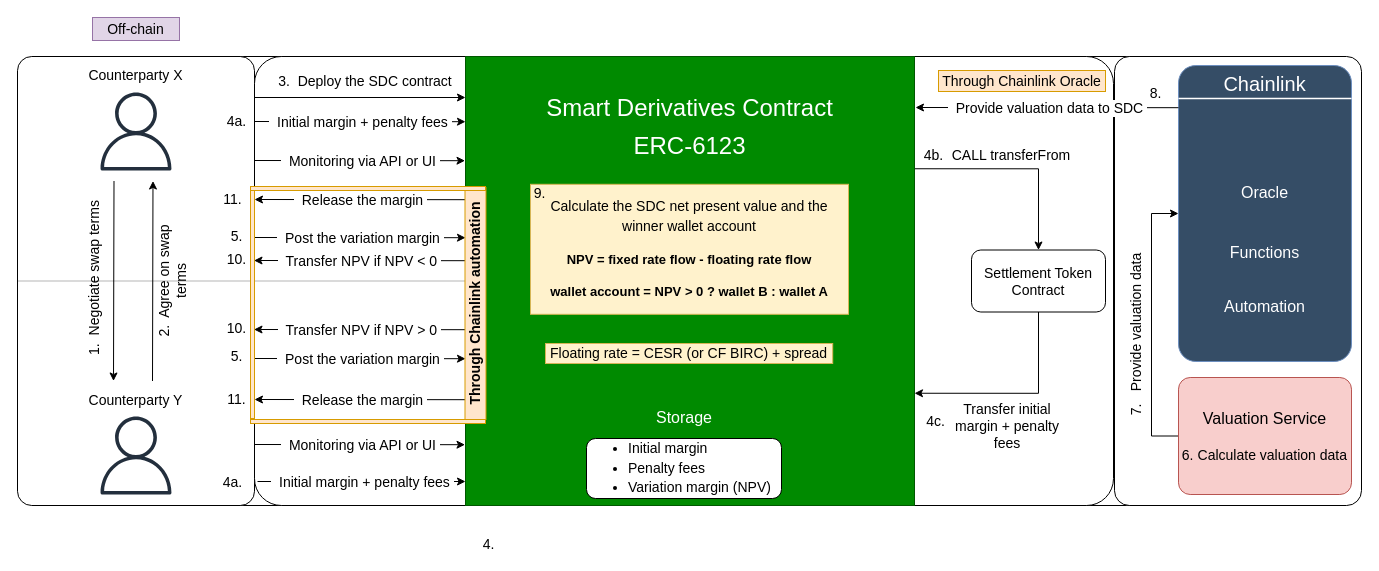
Before: page "PoC" (4 of 4) of qualitaX.drawio in Edoumou/drawings, a draw.io diagram. Source tidied: cells renumbered, new cells numbered last; positions are measured from the earlier drawing's top-left corner, leaving out a move shared by most shapes. Both pictures are drawn from the tidied source at 100%, with x=0, y=0 at pixel (13, 17).
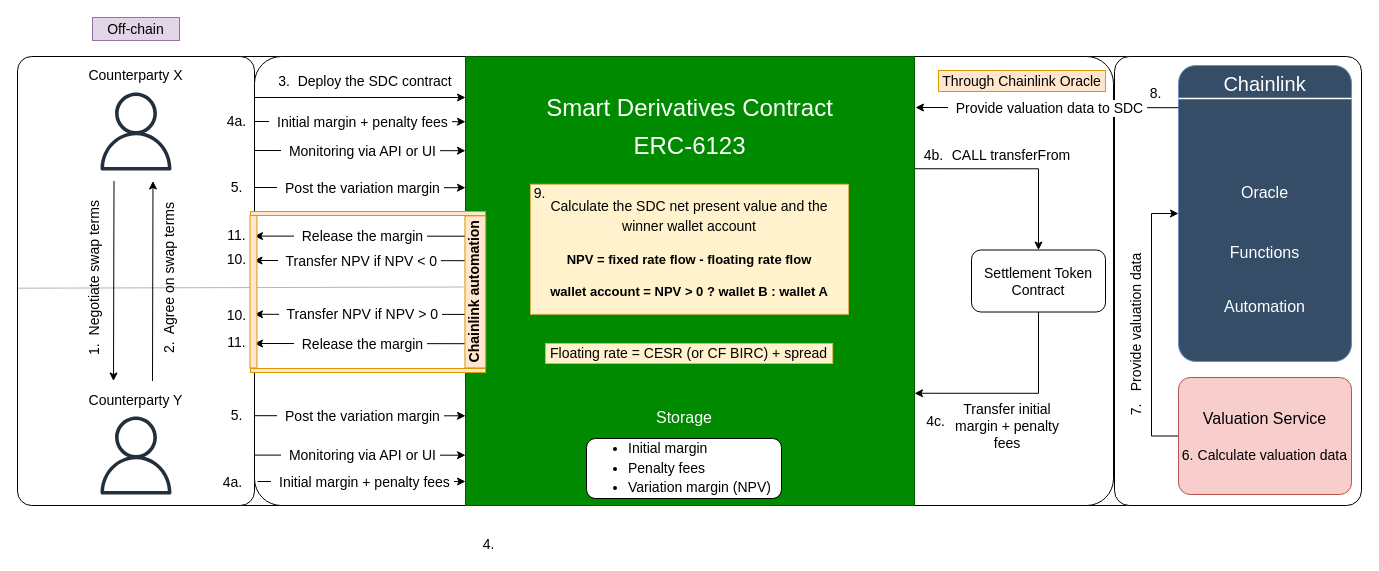
After the change.

Unchanged cells that the change refers to:
```xml
<mxCell id="3" style="rounded=1;whiteSpace=wrap;html=1;arcSize=6;" parent="1" vertex="1">
  <mxGeometry x="4" y="39" width="237" height="449" as="geometry" />
</mxCell>
<mxCell id="11" value="&lt;p style=&quot;line-height: 130%;&quot;&gt;&lt;font style=&quot;font-size: 24px;&quot;&gt;Smart Derivatives Contract&lt;/font&gt;&lt;/p&gt;&lt;div&gt;&lt;font style=&quot;font-size: 24px;&quot;&gt;ERC-6123&lt;/font&gt;&lt;/div&gt;&lt;div&gt;&lt;font style=&quot;font-size: 24px;&quot;&gt;&lt;br&gt;&lt;/font&gt;&lt;/div&gt;&lt;div&gt;&lt;font style=&quot;font-size: 24px;&quot;&gt;&lt;br&gt;&lt;/font&gt;&lt;/div&gt;&lt;div&gt;&lt;br&gt;&lt;/div&gt;&lt;div&gt;&lt;font style=&quot;font-size: 24px;&quot;&gt;&lt;br&gt;&lt;/font&gt;&lt;/div&gt;&lt;div&gt;&lt;font style=&quot;font-size: 24px;&quot;&gt;&lt;br&gt;&lt;/font&gt;&lt;/div&gt;&lt;div&gt;&lt;font style=&quot;font-size: 24px;&quot;&gt;&lt;br&gt;&lt;/font&gt;&lt;/div&gt;&lt;div&gt;&lt;font style=&quot;font-size: 24px;&quot;&gt;&lt;br&gt;&lt;/font&gt;&lt;/div&gt;&lt;div&gt;&lt;font style=&quot;font-size: 24px;&quot;&gt;&lt;br&gt;&lt;/font&gt;&lt;/div&gt;&lt;div&gt;&lt;font style=&quot;font-size: 24px;&quot;&gt;&lt;br&gt;&lt;/font&gt;&lt;/div&gt;&lt;div&gt;&lt;font style=&quot;font-size: 24px;&quot;&gt;&lt;br&gt;&lt;/font&gt;&lt;/div&gt;&lt;div&gt;&lt;font style=&quot;font-size: 24px;&quot;&gt;&lt;br&gt;&lt;/font&gt;&lt;/div&gt;&lt;p&gt;&lt;/p&gt;" style="whiteSpace=wrap;html=1;fillColor=#008a00;strokeColor=#005700;fontColor=#ffffff;" parent="1" vertex="1">
  <mxGeometry x="452" y="39" width="449" height="449" as="geometry" />
</mxCell>
```

Change to the diagram source:
```diff
@@
-    <mxCell id="29" style="endArrow=none;html=1;rounded=0;exitX=0;exitY=0.5;exitDx=0;exitDy=0;strokeWidth=0.3;" parent="1" edge="1" source="3" target="11">
-      <mxGeometry relative="1" as="geometry" />
-    </mxCell>
@@
     <mxCell id="31" style="endArrow=classic;html=1;rounded=0;entryX=-0.011;entryY=0.232;entryDx=0;entryDy=0;entryPerimeter=0;" parent="1" edge="1">
       <mxGeometry relative="1" as="geometry">
-        <mxPoint x="241" y="220" as="sourcePoint" />
-        <mxPoint x="452" y="220.2" as="targetPoint" />
+        <mxPoint x="241" y="170" as="sourcePoint" />
+        <mxPoint x="452" y="170.2" as="targetPoint" />
       </mxGeometry>
     </mxCell>
@@
     <mxCell id="33" style="endArrow=classic;html=1;rounded=0;entryX=-0.011;entryY=0.232;entryDx=0;entryDy=0;entryPerimeter=0;" parent="1" edge="1">
       <mxGeometry relative="1" as="geometry">
-        <mxPoint x="241" y="341" as="sourcePoint" />
-        <mxPoint x="452" y="341.2" as="targetPoint" />
+        <mxPoint x="241" y="398.2" as="sourcePoint" />
+        <mxPoint x="452" y="398.3" as="targetPoint" />
       </mxGeometry>
     </mxCell>
@@
     <mxCell id="37" style="endArrow=classic;html=1;rounded=0;entryX=-0.011;entryY=0.232;entryDx=0;entryDy=0;entryPerimeter=0;" parent="1" edge="1">
       <mxGeometry relative="1" as="geometry">
-        <mxPoint x="451.5" y="312.2" as="sourcePoint" />
-        <mxPoint x="240.5" y="312" as="targetPoint" />
+        <mxPoint x="452" y="296.9" as="sourcePoint" />
+        <mxPoint x="241" y="296.8" as="targetPoint" />
       </mxGeometry>
     </mxCell>
@@
     <mxCell id="43" style="endArrow=classic;html=1;rounded=0;entryX=-0.011;entryY=0.232;entryDx=0;entryDy=0;entryPerimeter=0;" parent="1" edge="1">
       <mxGeometry relative="1" as="geometry">
-        <mxPoint x="240.5" y="143" as="sourcePoint" />
-        <mxPoint x="451.5" y="143.2" as="targetPoint" />
+        <mxPoint x="241" y="133" as="sourcePoint" />
+        <mxPoint x="452" y="133.2" as="targetPoint" />
       </mxGeometry>
     </mxCell>
@@
     <mxCell id="45" style="endArrow=classic;html=1;rounded=0;entryX=-0.011;entryY=0.232;entryDx=0;entryDy=0;entryPerimeter=0;" parent="1" edge="1">
       <mxGeometry relative="1" as="geometry">
-        <mxPoint x="452" y="382.2" as="sourcePoint" />
-        <mxPoint x="241" y="382" as="targetPoint" />
+        <mxPoint x="452" y="326.2" as="sourcePoint" />
+        <mxPoint x="241" y="326" as="targetPoint" />
       </mxGeometry>
     </mxCell>
@@
     <mxCell id="47" style="endArrow=classic;html=1;rounded=0;entryX=-0.011;entryY=0.232;entryDx=0;entryDy=0;entryPerimeter=0;" parent="1" edge="1">
       <mxGeometry relative="1" as="geometry">
-        <mxPoint x="452" y="182.2" as="sourcePoint" />
-        <mxPoint x="241" y="182" as="targetPoint" />
+        <mxPoint x="452" y="218.7" as="sourcePoint" />
+        <mxPoint x="241" y="218.6" as="targetPoint" />
       </mxGeometry>
     </mxCell>
@@
     <mxCell id="49" style="endArrow=classic;html=1;rounded=0;entryX=-0.011;entryY=0.232;entryDx=0;entryDy=0;entryPerimeter=0;" parent="1" edge="1">
       <mxGeometry relative="1" as="geometry">
-        <mxPoint x="240.5" y="427" as="sourcePoint" />
-        <mxPoint x="451.5" y="427.2" as="targetPoint" />
+        <mxPoint x="241" y="437.6" as="sourcePoint" />
+        <mxPoint x="452" y="437.7" as="targetPoint" />
       </mxGeometry>
     </mxCell>
@@
-    <mxCell id="51" value="&lt;font style=&quot;font-size: 14px;&quot;&gt;&lt;b&gt;Through Chainlink automation&lt;/b&gt;&lt;/font&gt;" style="rounded=1;whiteSpace=wrap;html=1;arcSize=0;fillColor=#ffe6cc;strokeColor=#d79b00;rotation=-90;" parent="1" vertex="1">
-      <mxGeometry x="346" y="275.5" width="232" height="21" as="geometry" />
+    <mxCell id="51" value="&lt;font style=&quot;font-size: 14px;&quot;&gt;&lt;b&gt;Chainlink automation&lt;/b&gt;&lt;/font&gt;" style="rounded=1;whiteSpace=wrap;html=1;arcSize=0;fillColor=#ffe6cc;strokeColor=#d79b00;rotation=-90;" parent="1" vertex="1">
+      <mxGeometry x="385.8" y="264" width="152.1" height="20.8" as="geometry" />
     </mxCell>
-    <mxCell id="52" style="endArrow=classic;html=1;rounded=0;" parent="1" edge="1">
-      <mxGeometry relative="1" as="geometry">
-        <mxPoint x="100.5" y="163.5" as="sourcePoint" />
-        <mxPoint x="100" y="363.5" as="targetPoint" />
-      </mxGeometry>
-    </mxCell>
-    <mxCell id="53" style="endArrow=classic;html=1;rounded=0;" parent="1" edge="1">
-      <mxGeometry relative="1" as="geometry">
-        <mxPoint x="139" y="363.5" as="sourcePoint" />
-        <mxPoint x="139.5" y="163.5" as="targetPoint" />
-      </mxGeometry>
-    </mxCell>
-    <mxCell id="54" value="&lt;font style=&quot;font-size: 14px;&quot;&gt;1.&amp;nbsp; Negotiate swap terms&lt;/font&gt;" style="text;html=1;align=center;verticalAlign=middle;whiteSpace=wrap;rounded=0;rotation=-90;" parent="1" vertex="1">
-      <mxGeometry y="245.5" width="160" height="30" as="geometry" />
-    </mxCell>
     <mxCell id="55" value="&lt;font style=&quot;font-size: 14px;&quot;&gt;2.&amp;nbsp; Agree on swap terms&lt;/font&gt;" style="text;html=1;align=center;verticalAlign=middle;whiteSpace=wrap;rounded=0;rotation=-90;" parent="1" vertex="1">
-      <mxGeometry x="89" y="248.5" width="138" height="30" as="geometry" />
+      <mxGeometry x="77" y="245.5" width="156" height="30" as="geometry" />
     </mxCell>
@@
-    <mxCell id="58" style="rounded=1;whiteSpace=wrap;html=1;arcSize=0;fillColor=#ffe6cc;strokeColor=#d79b00;rotation=-90;" parent="1" vertex="1">
-      <mxGeometry x="125" y="285" width="228" height="4" as="geometry" />
-    </mxCell>
-    <mxCell id="59" style="rounded=1;whiteSpace=wrap;html=1;arcSize=0;fillColor=#ffe6cc;strokeColor=#d79b00;rotation=0;" parent="1" vertex="1">
-      <mxGeometry x="237" y="169" width="235" height="4" as="geometry" />
-    </mxCell>
-    <mxCell id="60" style="rounded=1;whiteSpace=wrap;html=1;arcSize=0;fillColor=#ffe6cc;strokeColor=#d79b00;rotation=0;" parent="1" vertex="1">
-      <mxGeometry x="237" y="402" width="235" height="4" as="geometry" />
-    </mxCell>
@@
     <mxCell id="67" value="&lt;font style=&quot;font-size: 14px;&quot;&gt;5.&lt;/font&gt;" style="text;html=1;align=center;verticalAlign=middle;whiteSpace=wrap;rounded=0;" parent="1" vertex="1">
-      <mxGeometry x="214" y="210" width="19" height="18" as="geometry" />
+      <mxGeometry x="214" y="161" width="19" height="18" as="geometry" />
     </mxCell>
@@
     <mxCell id="76" value="&lt;font style=&quot;font-size: 14px;&quot;&gt;10.&lt;/font&gt;" style="text;html=1;align=center;verticalAlign=middle;whiteSpace=wrap;rounded=0;" parent="1" vertex="1">
-      <mxGeometry x="214" y="302" width="19" height="18" as="geometry" />
+      <mxGeometry x="214" y="289" width="19" height="18" as="geometry" />
     </mxCell>
     <mxCell id="77" value="&lt;font style=&quot;font-size: 14px;&quot;&gt;5.&lt;/font&gt;" style="text;html=1;align=center;verticalAlign=middle;whiteSpace=wrap;rounded=0;" parent="1" vertex="1">
-      <mxGeometry x="214" y="330" width="19" height="18" as="geometry" />
+      <mxGeometry x="214" y="389" width="19" height="18" as="geometry" />
     </mxCell>
     <mxCell id="78" value="&lt;font style=&quot;font-size: 14px;&quot;&gt;11.&lt;/font&gt;" style="text;html=1;align=center;verticalAlign=middle;whiteSpace=wrap;rounded=0;" parent="1" vertex="1">
-      <mxGeometry x="210" y="173" width="19" height="18" as="geometry" />
+      <mxGeometry x="214" y="209" width="19" height="18" as="geometry" />
     </mxCell>
     <mxCell id="79" value="&lt;font style=&quot;font-size: 14px;&quot;&gt;11.&lt;/font&gt;" style="text;html=1;align=center;verticalAlign=middle;whiteSpace=wrap;rounded=0;" parent="1" vertex="1">
-      <mxGeometry x="214" y="373" width="19" height="18" as="geometry" />
+      <mxGeometry x="214" y="316" width="19" height="18" as="geometry" />
     </mxCell>
+    <mxCell id="59" style="rounded=1;whiteSpace=wrap;html=1;arcSize=0;fillColor=#ffe6cc;strokeColor=#d79b00;rotation=0;" parent="1" vertex="1">
+      <mxGeometry x="237" y="194" width="235" height="4" as="geometry" />
+    </mxCell>
+    <mxCell id="80" style="rounded=1;whiteSpace=wrap;html=1;arcSize=0;fillColor=#ffe6cc;strokeColor=#d79b00;rotation=0;" parent="1" vertex="1">
+      <mxGeometry x="237" y="351" width="235" height="4" as="geometry" />
+    </mxCell>
+    <mxCell id="81" style="endArrow=none;html=1;rounded=0;entryX=0.532;entryY=-0.065;entryDx=0;entryDy=0;entryPerimeter=0;strokeWidth=0.3;" parent="1" edge="1" target="51">
+      <mxGeometry relative="1" as="geometry">
+        <mxPoint x="4" y="270.7" as="sourcePoint" />
+      </mxGeometry>
+    </mxCell>
+    <mxCell id="82" style="rounded=1;whiteSpace=wrap;html=1;arcSize=0;fillColor=#ffe6cc;strokeColor=#d79b00;rotation=-90;" parent="1" vertex="1">
+      <mxGeometry x="163.7" y="270.7" width="152.5" height="7" as="geometry" />
+    </mxCell>
+    <mxCell id="52" style="endArrow=classic;html=1;rounded=0;" parent="1" edge="1">
+      <mxGeometry relative="1" as="geometry">
+        <mxPoint x="100.5" y="163.5" as="sourcePoint" />
+        <mxPoint x="100" y="363.5" as="targetPoint" />
+      </mxGeometry>
+    </mxCell>
+    <mxCell id="53" style="endArrow=classic;html=1;rounded=0;" parent="1" edge="1">
+      <mxGeometry relative="1" as="geometry">
+        <mxPoint x="139" y="363.5" as="sourcePoint" />
+        <mxPoint x="139.5" y="163.5" as="targetPoint" />
+      </mxGeometry>
+    </mxCell>
+    <mxCell id="54" value="&lt;font style=&quot;font-size: 14px;&quot;&gt;1.&amp;nbsp; Negotiate swap terms&lt;/font&gt;" style="text;html=1;align=center;verticalAlign=middle;whiteSpace=wrap;rounded=0;rotation=-90;" parent="1" vertex="1">
+      <mxGeometry y="245.5" width="160" height="30" as="geometry" />
+    </mxCell>
```
